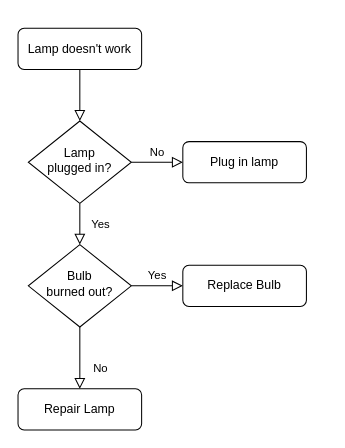
HIT-Owen/drawio keeps this draw.io diagram as 未命名绘图.drawio. Above is the earlier version. Source tidied: cells renumbered, new cells numbered last; positions are measured from the earlier drawing's top-left corner, leaving out a move shared by most shapes. Both pictures are drawn from the tidied source at 103%, with x=0, y=0 at pixel (18, 28).
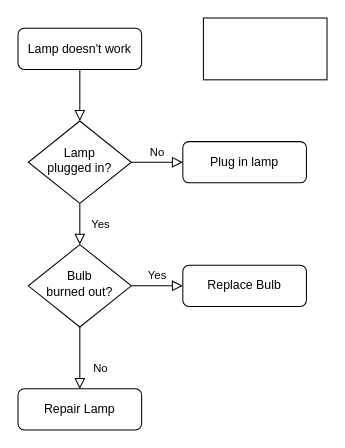
After the change.

Commit message:
许可证条款.drawio

Change to the diagram source:
```diff
@@
 <mxGraphModel>
   <root>
     <mxCell id="0" />
     <mxCell id="1" parent="0" />
     <mxCell id="2" style="rounded=0;html=1;jettySize=auto;fontSize=11;endArrow=block;endFill=0;endSize=8;strokeWidth=1;shadow=0;labelBackgroundColor=none;edgeStyle=orthogonalEdgeStyle;" parent="1" edge="1" source="3" target="6">
       <mxGeometry relative="1" as="geometry" />
     </mxCell>
     <mxCell id="3" value="Lamp doesn't work" style="rounded=1;whiteSpace=wrap;html=1;fontSize=12;glass=0;strokeWidth=1;shadow=0;" parent="1" vertex="1">
       <mxGeometry width="120" height="40" as="geometry" />
     </mxCell>
     <mxCell id="4" value="Yes" style="rounded=0;html=1;jettySize=auto;fontSize=11;endArrow=block;endFill=0;endSize=8;strokeWidth=1;shadow=0;labelBackgroundColor=none;edgeStyle=orthogonalEdgeStyle;" parent="1" edge="1" source="6" target="10">
       <mxGeometry y="20" relative="1" as="geometry" />
     </mxCell>
     <mxCell id="5" value="No" style="edgeStyle=orthogonalEdgeStyle;rounded=0;html=1;jettySize=auto;fontSize=11;endArrow=block;endFill=0;endSize=8;strokeWidth=1;shadow=0;labelBackgroundColor=none;" parent="1" edge="1" source="6" target="7">
       <mxGeometry y="10" relative="1" as="geometry" />
     </mxCell>
     <mxCell id="6" value="Lamp&lt;br&gt;plugged in?" style="rhombus;whiteSpace=wrap;html=1;shadow=0;fontFamily=Helvetica;fontSize=12;align=center;strokeWidth=1;spacing=6;spacingTop=-4;" parent="1" vertex="1">
       <mxGeometry x="10" y="90" width="100" height="80" as="geometry" />
     </mxCell>
     <mxCell id="7" value="Plug in lamp" style="rounded=1;whiteSpace=wrap;html=1;fontSize=12;glass=0;strokeWidth=1;shadow=0;" parent="1" vertex="1">
       <mxGeometry x="160" y="110" width="120" height="40" as="geometry" />
     </mxCell>
     <mxCell id="8" value="No" style="rounded=0;html=1;jettySize=auto;fontSize=11;endArrow=block;endFill=0;endSize=8;strokeWidth=1;shadow=0;labelBackgroundColor=none;edgeStyle=orthogonalEdgeStyle;" parent="1" edge="1" source="10" target="11">
       <mxGeometry x="0.33" y="20" relative="1" as="geometry" />
     </mxCell>
     <mxCell id="9" value="Yes" style="edgeStyle=orthogonalEdgeStyle;rounded=0;html=1;jettySize=auto;fontSize=11;endArrow=block;endFill=0;endSize=8;strokeWidth=1;shadow=0;labelBackgroundColor=none;" parent="1" edge="1" source="10" target="12">
       <mxGeometry y="10" relative="1" as="geometry" />
     </mxCell>
     <mxCell id="10" value="Bulb&lt;br&gt;burned out?" style="rhombus;whiteSpace=wrap;html=1;shadow=0;fontFamily=Helvetica;fontSize=12;align=center;strokeWidth=1;spacing=6;spacingTop=-4;" parent="1" vertex="1">
       <mxGeometry x="10" y="210" width="100" height="80" as="geometry" />
     </mxCell>
     <mxCell id="11" value="Repair Lamp" style="rounded=1;whiteSpace=wrap;html=1;fontSize=12;glass=0;strokeWidth=1;shadow=0;" parent="1" vertex="1">
       <mxGeometry y="350" width="120" height="40" as="geometry" />
     </mxCell>
     <mxCell id="12" value="Replace Bulb" style="rounded=1;whiteSpace=wrap;html=1;fontSize=12;glass=0;strokeWidth=1;shadow=0;" parent="1" vertex="1">
       <mxGeometry x="160" y="230" width="120" height="40" as="geometry" />
     </mxCell>
+    <mxCell id="13" style="rounded=0;whiteSpace=wrap;html=1;" parent="1" vertex="1">
+      <mxGeometry x="180" y="-10" width="120" height="60" as="geometry" />
+    </mxCell>
   </root>
 </mxGraphModel>
```
